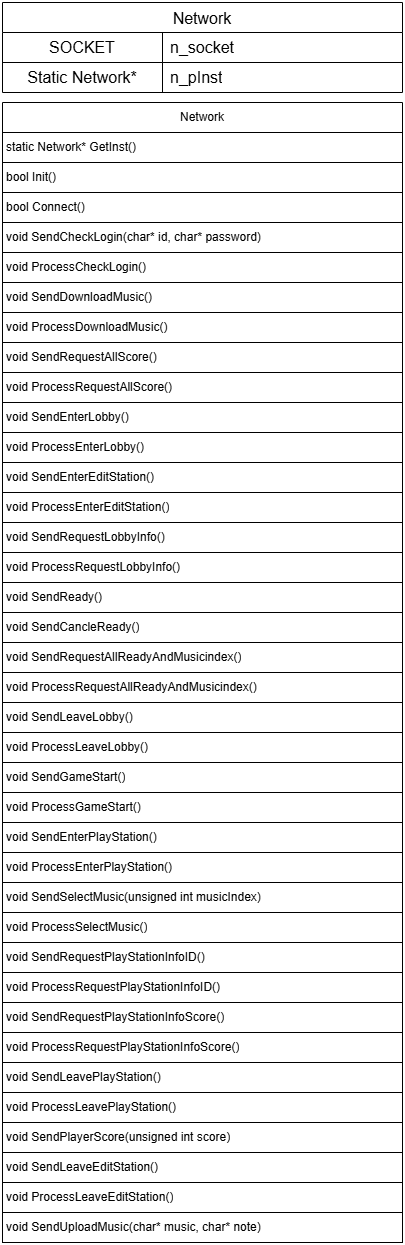
rmrgns/NetGameTeamProject keeps this draw.io diagram as drawio/Network.drawio.png. Above is the earlier version. Source tidied: cells renumbered, new cells last; positions are measured from the earlier drawing's top-left corner, leaving out a move shared by most shapes.
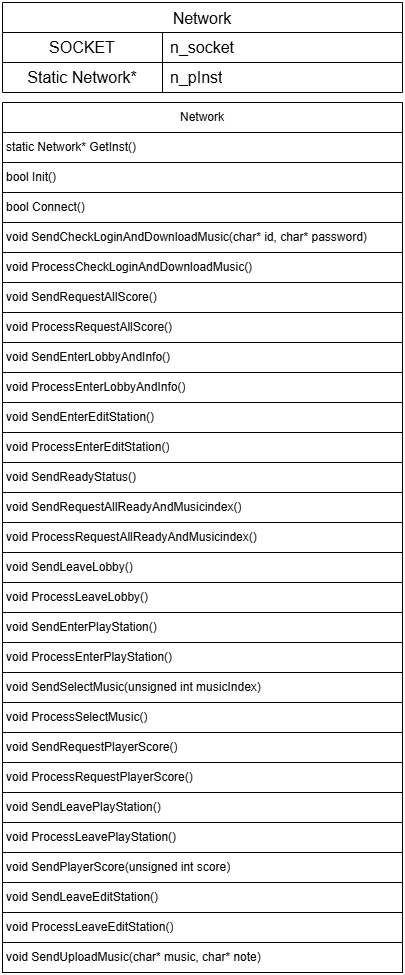
The same file after the commit.

Change to the diagram source:
```diff
@@ -3,7 +3,7 @@
     <mxCell id="0" />
     <mxCell id="1" parent="0" />
     <mxCell id="2" value="Network" style="swimlane;fontStyle=0;horizontal=1;startSize=30;whiteSpace=wrap;html=1;" parent="1" vertex="1">
-      <mxGeometry y="100" width="400" height="1140" as="geometry" />
+      <mxGeometry y="100" width="400" height="870" as="geometry" />
     </mxCell>
     <mxCell id="3" value="static Network* GetInst()" style="text;strokeColor=default;fillColor=none;align=left;verticalAlign=middle;spacingLeft=4;spacingRight=0;overflow=hidden;whiteSpace=wrap;html=1;spacing=0;" parent="2" vertex="1">
       <mxGeometry y="30" width="400" height="30" as="geometry" />
@@ -14,107 +14,80 @@
     <mxCell id="5" value="bool Connect()" style="text;strokeColor=default;fillColor=none;align=left;verticalAlign=middle;spacingLeft=4;spacingRight=0;overflow=hidden;whiteSpace=wrap;html=1;spacing=0;" parent="2" vertex="1">
       <mxGeometry y="90" width="400" height="30" as="geometry" />
     </mxCell>
-    <mxCell id="6" value="void SendCheckLogin(char* id, char* password)&amp;nbsp;" style="text;strokeColor=default;fillColor=none;align=left;verticalAlign=middle;spacingLeft=4;spacingRight=0;overflow=hidden;whiteSpace=wrap;html=1;spacing=0;" parent="2" vertex="1">
+    <mxCell id="6" value="void SendCheckLoginAndDownloadMusic(char* id, char* password)&amp;nbsp;" style="text;strokeColor=default;fillColor=none;align=left;verticalAlign=middle;spacingLeft=4;spacingRight=0;overflow=hidden;whiteSpace=wrap;html=1;spacing=0;" parent="2" vertex="1">
       <mxGeometry y="120" width="400" height="30" as="geometry" />
     </mxCell>
-    <mxCell id="7" value="void ProcessCheckLogin()" style="text;strokeColor=default;fillColor=none;align=left;verticalAlign=middle;spacingLeft=4;spacingRight=0;overflow=hidden;whiteSpace=wrap;html=1;spacing=0;" parent="2" vertex="1">
+    <mxCell id="7" value="void ProcessCheckLoginAndDownloadMusic()" style="text;strokeColor=default;fillColor=none;align=left;verticalAlign=middle;spacingLeft=4;spacingRight=0;overflow=hidden;whiteSpace=wrap;html=1;spacing=0;" parent="2" vertex="1">
       <mxGeometry y="150" width="400" height="30" as="geometry" />
     </mxCell>
-    <mxCell id="8" value="void SendDownloadMusic()" style="text;strokeColor=default;fillColor=none;align=left;verticalAlign=middle;spacingLeft=4;spacingRight=0;overflow=hidden;whiteSpace=wrap;html=1;spacing=0;" parent="2" vertex="1">
-      <mxGeometry y="180" width="400" height="30" as="geometry" />
-    </mxCell>
-    <mxCell id="9" value="void ProcessDownloadMusic()&amp;nbsp;" style="text;strokeColor=default;fillColor=none;align=left;verticalAlign=middle;spacingLeft=4;spacingRight=0;overflow=hidden;whiteSpace=wrap;html=1;spacing=0;" parent="2" vertex="1">
-      <mxGeometry y="210" width="400" height="30" as="geometry" />
-    </mxCell>
     <mxCell id="10" value="void SendRequestAllScore()&amp;nbsp;" style="text;strokeColor=default;fillColor=none;align=left;verticalAlign=middle;spacingLeft=4;spacingRight=0;overflow=hidden;whiteSpace=wrap;html=1;spacing=0;" parent="2" vertex="1">
-      <mxGeometry y="240" width="400" height="30" as="geometry" />
+      <mxGeometry y="180" width="400" height="30" as="geometry" />
     </mxCell>
     <mxCell id="11" value="void ProcessRequestAllScore()&amp;nbsp;" style="text;strokeColor=default;fillColor=none;align=left;verticalAlign=middle;spacingLeft=4;spacingRight=0;overflow=hidden;whiteSpace=wrap;html=1;spacing=0;" parent="2" vertex="1">
-      <mxGeometry y="270" width="400" height="30" as="geometry" />
+      <mxGeometry y="210" width="400" height="30" as="geometry" />
     </mxCell>
-    <mxCell id="12" value="void SendEnterLobby()" style="text;strokeColor=default;fillColor=none;align=left;verticalAlign=middle;spacingLeft=4;spacingRight=0;overflow=hidden;whiteSpace=wrap;html=1;spacing=0;" parent="2" vertex="1">
-      <mxGeometry y="300" width="400" height="30" as="geometry" />
+    <mxCell id="12" value="void SendEnterLobbyAndInfo()" style="text;strokeColor=default;fillColor=none;align=left;verticalAlign=middle;spacingLeft=4;spacingRight=0;overflow=hidden;whiteSpace=wrap;html=1;spacing=0;" parent="2" vertex="1">
+      <mxGeometry y="240" width="400" height="30" as="geometry" />
     </mxCell>
-    <mxCell id="13" value="void ProcessEnterLobby()" style="text;strokeColor=default;fillColor=none;align=left;verticalAlign=middle;spacingLeft=4;spacingRight=0;overflow=hidden;whiteSpace=wrap;html=1;spacing=0;" parent="2" vertex="1">
-      <mxGeometry y="330" width="400" height="30" as="geometry" />
+    <mxCell id="13" value="void ProcessEnterLobbyAndInfo()" style="text;strokeColor=default;fillColor=none;align=left;verticalAlign=middle;spacingLeft=4;spacingRight=0;overflow=hidden;whiteSpace=wrap;html=1;spacing=0;" parent="2" vertex="1">
+      <mxGeometry y="270" width="400" height="30" as="geometry" />
     </mxCell>
     <mxCell id="14" value="void SendEnterEditStation()" style="text;strokeColor=default;fillColor=none;align=left;verticalAlign=middle;spacingLeft=4;spacingRight=0;overflow=hidden;whiteSpace=wrap;html=1;spacing=0;" parent="2" vertex="1">
-      <mxGeometry y="360" width="400" height="30" as="geometry" />
+      <mxGeometry y="300" width="400" height="30" as="geometry" />
     </mxCell>
     <mxCell id="15" value="void ProcessEnterEditStation()" style="text;strokeColor=default;fillColor=none;align=left;verticalAlign=middle;spacingLeft=4;spacingRight=0;overflow=hidden;whiteSpace=wrap;html=1;spacing=0;" parent="2" vertex="1">
-      <mxGeometry y="390" width="400" height="30" as="geometry" />
+      <mxGeometry y="330" width="400" height="30" as="geometry" />
     </mxCell>
-    <mxCell id="16" value="void SendRequestLobbyInfo()" style="text;strokeColor=default;fillColor=none;align=left;verticalAlign=middle;spacingLeft=4;spacingRight=0;overflow=hidden;whiteSpace=wrap;html=1;spacing=0;" parent="2" vertex="1">
-      <mxGeometry y="420" width="400" height="30" as="geometry" />
-    </mxCell>
-    <mxCell id="17" value="void ProcessRequestLobbyInfo()" style="text;strokeColor=default;fillColor=none;align=left;verticalAlign=middle;spacingLeft=4;spacingRight=0;overflow=hidden;whiteSpace=wrap;html=1;spacing=0;" parent="2" vertex="1">
-      <mxGeometry y="450" width="400" height="30" as="geometry" />
-    </mxCell>
-    <mxCell id="18" value="void SendReady()" style="text;strokeColor=default;fillColor=none;align=left;verticalAlign=middle;spacingLeft=4;spacingRight=0;overflow=hidden;whiteSpace=wrap;html=1;spacing=0;" parent="2" vertex="1">
-      <mxGeometry y="480" width="400" height="30" as="geometry" />
+    <mxCell id="18" value="void SendReadyStatus()" style="text;strokeColor=default;fillColor=none;align=left;verticalAlign=middle;spacingLeft=4;spacingRight=0;overflow=hidden;whiteSpace=wrap;html=1;spacing=0;" parent="2" vertex="1">
+      <mxGeometry y="360" width="400" height="30" as="geometry" />
     </mxCell>
-    <mxCell id="19" value="void SendCancleReady()" style="text;strokeColor=default;fillColor=none;align=left;verticalAlign=middle;spacingLeft=4;spacingRight=0;overflow=hidden;whiteSpace=wrap;html=1;spacing=0;" parent="2" vertex="1">
-      <mxGeometry y="510" width="400" height="30" as="geometry" />
-    </mxCell>
     <mxCell id="20" value="void SendRequestAllReadyAndMusicindex()" style="text;strokeColor=default;fillColor=none;align=left;verticalAlign=middle;spacingLeft=4;spacingRight=0;overflow=hidden;whiteSpace=wrap;html=1;spacing=0;" parent="2" vertex="1">
-      <mxGeometry y="540" width="400" height="30" as="geometry" />
+      <mxGeometry y="390" width="400" height="30" as="geometry" />
     </mxCell>
     <mxCell id="21" value="void ProcessRequestAllReadyAndMusicindex()" style="text;strokeColor=default;fillColor=none;align=left;verticalAlign=middle;spacingLeft=4;spacingRight=0;overflow=hidden;whiteSpace=wrap;html=1;spacing=0;" parent="2" vertex="1">
-      <mxGeometry y="570" width="400" height="30" as="geometry" />
+      <mxGeometry y="420" width="400" height="30" as="geometry" />
     </mxCell>
     <mxCell id="22" value="void SendLeaveLobby()&amp;nbsp;" style="text;strokeColor=default;fillColor=none;align=left;verticalAlign=middle;spacingLeft=4;spacingRight=0;overflow=hidden;whiteSpace=wrap;html=1;spacing=0;" parent="2" vertex="1">
-      <mxGeometry y="600" width="400" height="30" as="geometry" />
+      <mxGeometry y="450" width="400" height="30" as="geometry" />
     </mxCell>
     <mxCell id="23" value="void ProcessLeaveLobby()" style="text;strokeColor=default;fillColor=none;align=left;verticalAlign=middle;spacingLeft=4;spacingRight=0;overflow=hidden;whiteSpace=wrap;html=1;spacing=0;" parent="2" vertex="1">
-      <mxGeometry y="630" width="400" height="30" as="geometry" />
+      <mxGeometry y="480" width="400" height="30" as="geometry" />
     </mxCell>
-    <mxCell id="24" value="void SendGameStart()" style="text;strokeColor=default;fillColor=none;align=left;verticalAlign=middle;spacingLeft=4;spacingRight=0;overflow=hidden;whiteSpace=wrap;html=1;spacing=0;" parent="2" vertex="1">
-      <mxGeometry y="660" width="400" height="30" as="geometry" />
-    </mxCell>
-    <mxCell id="25" value="void ProcessGameStart()" style="text;strokeColor=default;fillColor=none;align=left;verticalAlign=middle;spacingLeft=4;spacingRight=0;overflow=hidden;whiteSpace=wrap;html=1;spacing=0;" parent="2" vertex="1">
-      <mxGeometry y="690" width="400" height="30" as="geometry" />
-    </mxCell>
     <mxCell id="26" value="void SendEnterPlayStation()&amp;nbsp;" style="text;strokeColor=default;fillColor=none;align=left;verticalAlign=middle;spacingLeft=4;spacingRight=0;overflow=hidden;whiteSpace=wrap;html=1;spacing=0;" parent="2" vertex="1">
-      <mxGeometry y="720" width="400" height="30" as="geometry" />
+      <mxGeometry y="510" width="400" height="30" as="geometry" />
     </mxCell>
     <mxCell id="27" value="void ProcessEnterPlayStation()" style="text;strokeColor=default;fillColor=none;align=left;verticalAlign=middle;spacingLeft=4;spacingRight=0;overflow=hidden;whiteSpace=wrap;html=1;spacing=0;" parent="2" vertex="1">
-      <mxGeometry y="750" width="400" height="30" as="geometry" />
+      <mxGeometry y="540" width="400" height="30" as="geometry" />
     </mxCell>
     <mxCell id="28" value="void SendSelectMusic(unsigned int musicIndex)" style="text;strokeColor=default;fillColor=none;align=left;verticalAlign=middle;spacingLeft=4;spacingRight=0;overflow=hidden;whiteSpace=wrap;html=1;spacing=0;" parent="2" vertex="1">
-      <mxGeometry y="780" width="400" height="30" as="geometry" />
+      <mxGeometry y="570" width="400" height="30" as="geometry" />
     </mxCell>
     <mxCell id="29" value="void ProcessSelectMusic()" style="text;strokeColor=default;fillColor=none;align=left;verticalAlign=middle;spacingLeft=4;spacingRight=0;overflow=hidden;whiteSpace=wrap;html=1;spacing=0;" parent="2" vertex="1">
-      <mxGeometry y="810" width="400" height="30" as="geometry" />
+      <mxGeometry y="600" width="400" height="30" as="geometry" />
     </mxCell>
-    <mxCell id="30" value="void SendRequestPlayStationInfoID()" style="text;strokeColor=default;fillColor=none;align=left;verticalAlign=middle;spacingLeft=4;spacingRight=0;overflow=hidden;whiteSpace=wrap;html=1;spacing=0;" parent="2" vertex="1">
-      <mxGeometry y="840" width="400" height="30" as="geometry" />
-    </mxCell>
-    <mxCell id="31" value="void ProcessRequestPlayStationInfoID()" style="text;strokeColor=default;fillColor=none;align=left;verticalAlign=middle;spacingLeft=4;spacingRight=0;overflow=hidden;whiteSpace=wrap;html=1;spacing=0;" parent="2" vertex="1">
-      <mxGeometry y="870" width="400" height="30" as="geometry" />
-    </mxCell>
-    <mxCell id="32" value="void SendRequestPlayStationInfoScore()" style="text;strokeColor=default;fillColor=none;align=left;verticalAlign=middle;spacingLeft=4;spacingRight=0;overflow=hidden;whiteSpace=wrap;html=1;spacing=0;" parent="2" vertex="1">
-      <mxGeometry y="900" width="400" height="30" as="geometry" />
+    <mxCell id="32" value="void SendRequestPlayerScore()" style="text;strokeColor=default;fillColor=none;align=left;verticalAlign=middle;spacingLeft=4;spacingRight=0;overflow=hidden;whiteSpace=wrap;html=1;spacing=0;" parent="2" vertex="1">
+      <mxGeometry y="630" width="400" height="30" as="geometry" />
     </mxCell>
-    <mxCell id="33" value="void ProcessRequestPlayStationInfoScore()" style="text;strokeColor=default;fillColor=none;align=left;verticalAlign=middle;spacingLeft=4;spacingRight=0;overflow=hidden;whiteSpace=wrap;html=1;spacing=0;" parent="2" vertex="1">
-      <mxGeometry y="930" width="400" height="30" as="geometry" />
+    <mxCell id="33" value="void ProcessRequestPlayerScore()" style="text;strokeColor=default;fillColor=none;align=left;verticalAlign=middle;spacingLeft=4;spacingRight=0;overflow=hidden;whiteSpace=wrap;html=1;spacing=0;" parent="2" vertex="1">
+      <mxGeometry y="660" width="400" height="30" as="geometry" />
     </mxCell>
     <mxCell id="34" value="void SendLeavePlayStation()" style="text;strokeColor=default;fillColor=none;align=left;verticalAlign=middle;spacingLeft=4;spacingRight=0;overflow=hidden;whiteSpace=wrap;html=1;spacing=0;" parent="2" vertex="1">
-      <mxGeometry y="960" width="400" height="30" as="geometry" />
+      <mxGeometry y="690" width="400" height="30" as="geometry" />
     </mxCell>
     <mxCell id="35" value="void ProcessLeavePlayStation()" style="text;strokeColor=default;fillColor=none;align=left;verticalAlign=middle;spacingLeft=4;spacingRight=0;overflow=hidden;whiteSpace=wrap;html=1;spacing=0;" parent="2" vertex="1">
-      <mxGeometry y="990" width="400" height="30" as="geometry" />
+      <mxGeometry y="720" width="400" height="30" as="geometry" />
     </mxCell>
     <mxCell id="36" value="void SendPlayerScore(unsigned int score)" style="text;strokeColor=default;fillColor=none;align=left;verticalAlign=middle;spacingLeft=4;spacingRight=0;overflow=hidden;whiteSpace=wrap;html=1;spacing=0;" parent="2" vertex="1">
-      <mxGeometry y="1020" width="400" height="30" as="geometry" />
+      <mxGeometry y="750" width="400" height="30" as="geometry" />
     </mxCell>
     <mxCell id="37" value="void SendLeaveEditStation()" style="text;strokeColor=default;fillColor=none;align=left;verticalAlign=middle;spacingLeft=4;spacingRight=0;overflow=hidden;whiteSpace=wrap;html=1;spacing=0;" parent="2" vertex="1">
-      <mxGeometry y="1050" width="400" height="30" as="geometry" />
+      <mxGeometry y="780" width="400" height="30" as="geometry" />
     </mxCell>
     <mxCell id="38" value="void ProcessLeaveEditStation()" style="text;strokeColor=default;fillColor=none;align=left;verticalAlign=middle;spacingLeft=4;spacingRight=0;overflow=hidden;whiteSpace=wrap;html=1;spacing=0;" parent="2" vertex="1">
-      <mxGeometry y="1080" width="400" height="30" as="geometry" />
+      <mxGeometry y="810" width="400" height="30" as="geometry" />
     </mxCell>
     <mxCell id="39" value="void SendUploadMusic(char* music, char* note)&amp;nbsp;" style="text;strokeColor=default;fillColor=none;align=left;verticalAlign=middle;spacingLeft=4;spacingRight=0;overflow=hidden;whiteSpace=wrap;html=1;spacing=0;" parent="2" vertex="1">
-      <mxGeometry y="1110" width="400" height="30" as="geometry" />
+      <mxGeometry y="840" width="400" height="30" as="geometry" />
     </mxCell>
     <mxCell id="40" value="Network" style="shape=table;startSize=30;rowLines=1;fontStyle=0;strokeColor=default;fontSize=16;" parent="1" vertex="1">
       <mxGeometry width="400" height="90" as="geometry" />
```
